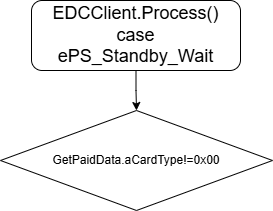
Before: ReGetPaid(B8).png, a diagram exported from draw.io (AXQuestion/-). Source tidied: cells renumbered, new cells last; positions are measured from the earlier drawing's top-left corner, leaving out a move shared by most shapes.
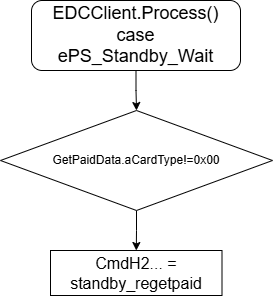
The same file after the commit.

Diff of the diagram source:
```diff
@@ -8,8 +8,14 @@
     <mxCell id="3" value="EDCClient.Process()&lt;div&gt;case&lt;/div&gt;&lt;div&gt;ePS_Standby_Wait&lt;/div&gt;" style="rounded=1;whiteSpace=wrap;html=1;fontSize=18;" parent="1" vertex="1">
       <mxGeometry x="31" width="209" height="70" as="geometry" />
     </mxCell>
+    <mxCell id="5" style="edgeStyle=orthogonalEdgeStyle;rounded=0;jettySize=auto;html=1;" parent="1" edge="1" source="4" target="6">
+      <mxGeometry relative="1" as="geometry" />
+    </mxCell>
     <mxCell id="4" value="GetPaidData.aCardType!=0x00" style="rhombus;whiteSpace=wrap;html=1;" parent="1" vertex="1">
       <mxGeometry y="110" width="272" height="100" as="geometry" />
     </mxCell>
+    <mxCell id="6" value="CmdH2... = standby_regetpaid" style="rounded=0;whiteSpace=wrap;html=1;fontSize=16;" parent="1" vertex="1">
+      <mxGeometry x="50" y="250" width="171.5" height="45" as="geometry" />
+    </mxCell>
   </root>
 </mxGraphModel>
```
